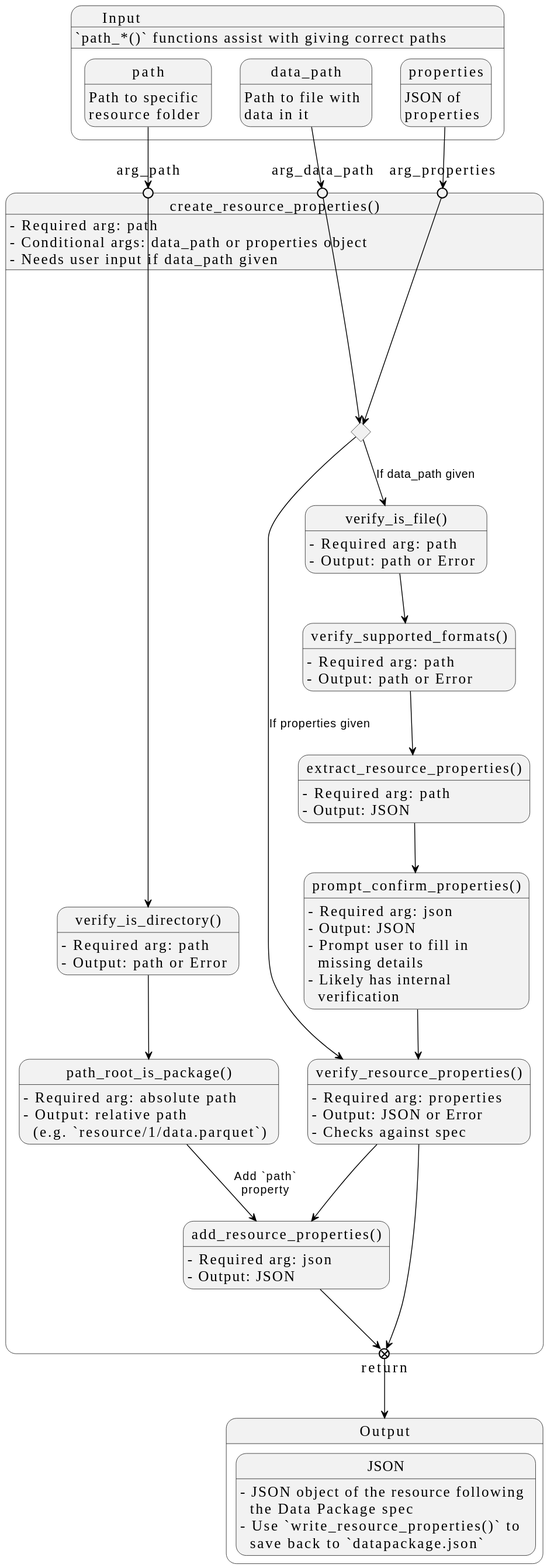
This is docs/design/images/core-python-functions/create-resource-properties.svg from seedcase-project/seedcase-sprout, a PlantUML export, as it was before one commit. Source of this version:
```plantuml
@startuml
!theme seedcase from https://raw.githubusercontent.com/seedcase-project/seedcase-theme/main

skinparam StateFontColor black
skinparam StateFontName Fira Code

state "Input" as input {
  input : `path_*()` functions assist with giving correct paths
  path : Path to specific\nresource folder
  data_path : Path to file with\ndata in it
  properties : JSON of\nproperties
  path -[hidden]> data_path
  data_path -[hidden]> properties
}

state "Output" as output {
  state "JSON" as json_output
  json_output : - JSON object of the resource following\n  the Data Package spec
  json_output : - Use `write_resource_properties()` to\n  save back to `datapackage.json`
}

state "create_resource_properties()" as crp {
  crp : - Required arg: path
  crp : - Conditional args: data_path or properties object
  crp : - Needs user input if data_path given

  state arg_path <<entryPoint>>
  state arg_data_path <<entryPoint>>
  state arg_properties <<entryPoint>>

  path --> arg_path
  data_path --> arg_data_path
  properties --> arg_properties

  state "verify_is_directory()" as vid
  vid : - Required arg: path
  vid : - Output: path or Error
  arg_path --> vid

  state "path_root_is_package()" as papr
  papr : - Required arg: absolute path
  papr : - Output: relative path\n  (e.g. `resource/1/data.parquet`)
  vid --> papr

  state condition <<choice>>
  arg_properties --> condition

  state "verify_resource_properties()" as vrp
  vrp : - Required arg: properties
  vrp : - Output: JSON or Error
  vrp : - Checks against spec
  condition --> vrp : If properties given

  state "add_resource_properties()" as arp
  arp : - Required arg: json
  arp : - Output: JSON
  papr --> arp : Add `path`\nproperty
  vrp --> arp

  arg_data_path --> condition

  state "verify_is_file()" as vif
  vif : - Required arg: path
  vif : - Output: path or Error
  condition --> vif : If data_path given

  state "verify_supported_formats()" as vsf
  vsf : - Required arg: path
  vsf : - Output: path or Error
  vif --> vsf

  state "extract_resource_properties()" as erp
  erp : - Required arg: path
  erp : - Output: JSON
  vsf --> erp

  state "prompt_confirm_properties()" as pcp
  pcp : - Required arg: json
  pcp : - Output: JSON
  pcp : - Prompt user to fill in\n  missing details
  pcp : - Likely has internal\n  verification
  erp --> pcp
  pcp --> vrp

  state "return" <<exitPoint>>
  vrp --> return
  arp --> return
  return --> output
}
@enduml
```
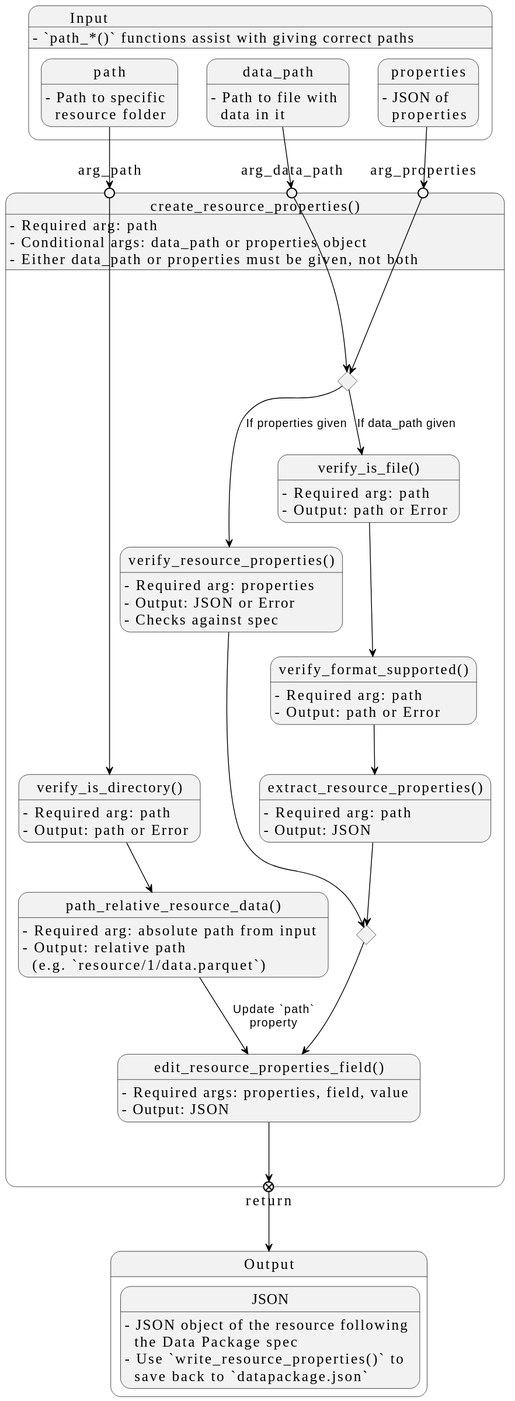
The same diagram one commit later.

Commit message:
docs: :memo: clarified some of the flow of arrows

Change to the diagram source:
```diff
@@ -5,10 +5,10 @@
 skinparam StateFontName Fira Code
 
 state "Input" as input {
-  input : `path_*()` functions assist with giving correct paths
-  path : Path to specific\nresource folder
-  data_path : Path to file with\ndata in it
-  properties : JSON of\nproperties
+  input : - `path_*()` functions assist with giving correct paths
+  path : - Path to specific\n  resource folder
+  data_path : - Path to file with\n  data in it
+  properties : - JSON of\n  properties
   path -[hidden]> data_path
   data_path -[hidden]> properties
 }
@@ -22,7 +22,7 @@
 state "create_resource_properties()" as crp {
   crp : - Required arg: path
   crp : - Conditional args: data_path or properties object
-  crp : - Needs user input if data_path given
+  crp : - Either data_path or properties must be given, not both
 
   state arg_path <<entryPoint>>
   state arg_data_path <<entryPoint>>
@@ -37,34 +37,28 @@
   vid : - Output: path or Error
   arg_path --> vid
 
-  state "path_root_is_package()" as papr
-  papr : - Required arg: absolute path
-  papr : - Output: relative path\n  (e.g. `resource/1/data.parquet`)
-  vid --> papr
+  state "path_relative_resource_data()" as prrd
+  prrd : - Required arg: absolute path from input
+  prrd : - Output: relative path\n  (e.g. `resource/1/data.parquet`)
+  vid --> prrd
 
-  state condition <<choice>>
-  arg_properties --> condition
+  state condition_input <<choice>>
+  arg_properties --> condition_input
 
   state "verify_resource_properties()" as vrp
   vrp : - Required arg: properties
   vrp : - Output: JSON or Error
   vrp : - Checks against spec
-  condition --> vrp : If properties given
+  condition_input --> vrp : If properties given
 
-  state "add_resource_properties()" as arp
-  arp : - Required arg: json
-  arp : - Output: JSON
-  papr --> arp : Add `path`\nproperty
-  vrp --> arp
-
-  arg_data_path --> condition
+  arg_data_path --> condition_input
 
   state "verify_is_file()" as vif
   vif : - Required arg: path
   vif : - Output: path or Error
-  condition --> vif : If data_path given
+  condition_input --> vif : If data_path given
 
-  state "verify_supported_formats()" as vsf
+  state "verify_format_supported()" as vsf
   vsf : - Required arg: path
   vsf : - Output: path or Error
   vif --> vsf
@@ -74,17 +68,18 @@
   erp : - Output: JSON
   vsf --> erp
 
-  state "prompt_confirm_properties()" as pcp
-  pcp : - Required arg: json
-  pcp : - Output: JSON
-  pcp : - Prompt user to fill in\n  missing details
-  pcp : - Likely has internal\n  verification
-  erp --> pcp
-  pcp --> vrp
+  state condition_output <<choice>>
+  erp --> condition_output
+  vrp --> condition_output
+
+  state "edit_resource_properties_field()" as erpf
+  erpf : - Required args: properties, field, value
+  erpf : - Output: JSON
+  prrd --> erpf : Update `path`\nproperty
+  condition_output --> erpf
 
   state "return" <<exitPoint>>
-  vrp --> return
-  arp --> return
+  erpf --> return
   return --> output
 }
 @enduml
```
